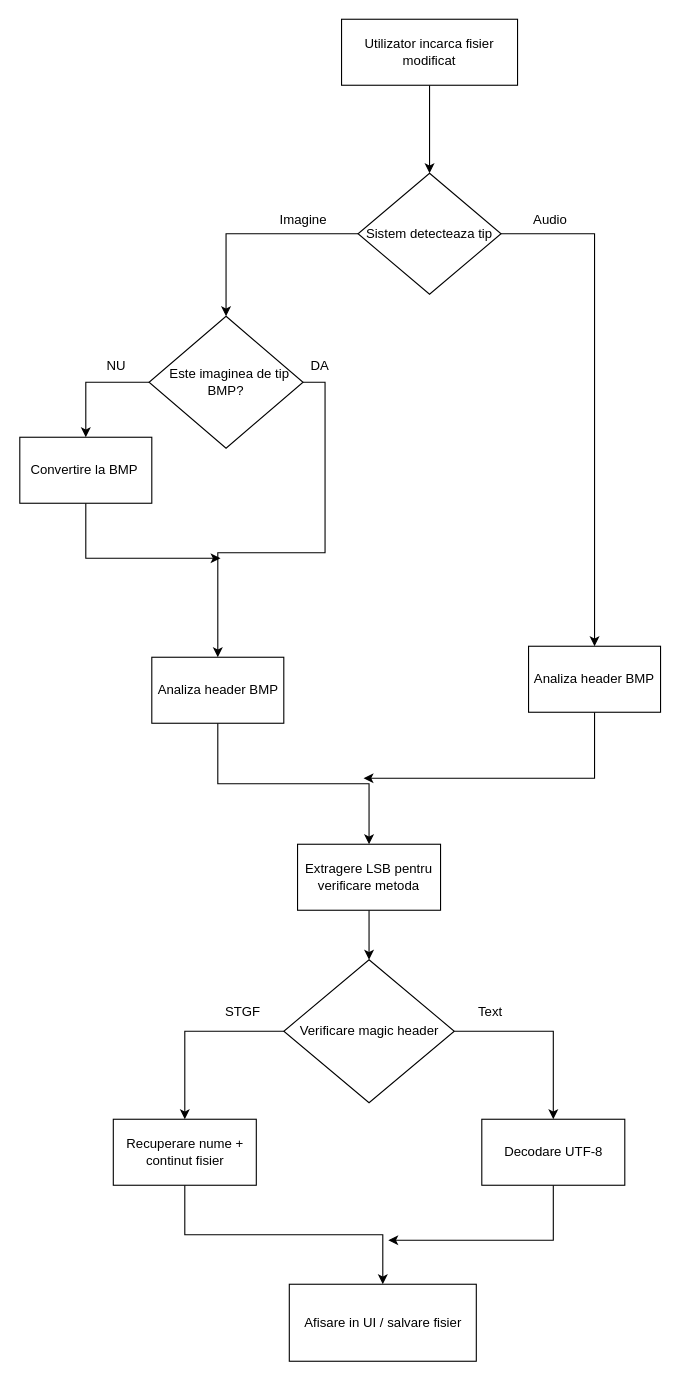
Before: data_extractiondrawio.drawio in DarkD18/Aplicatie_steganografie, a draw.io diagram. Source tidied: cells renumbered, new cells numbered last; positions are measured from the earlier drawing's top-left corner, leaving out a move shared by most shapes. Both pictures are drawn from the tidied source at 110%, with x=0, y=0 at pixel (20, 19).
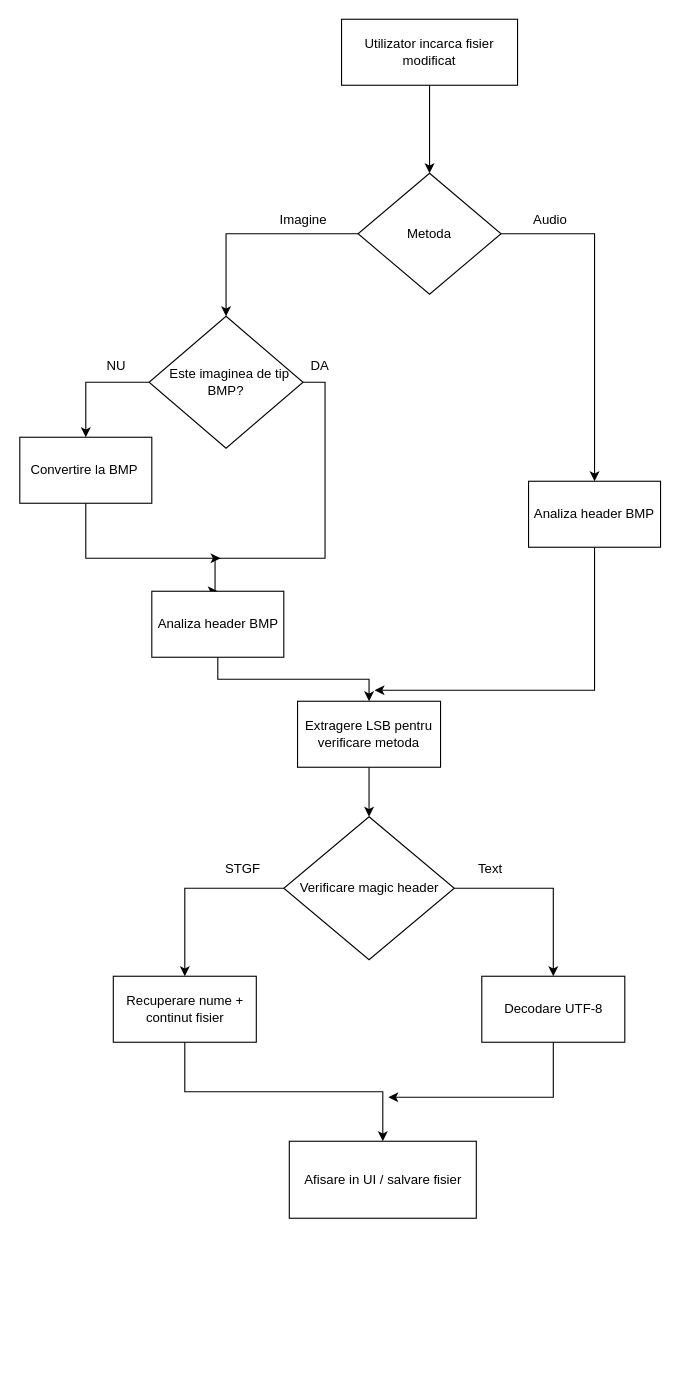
The same page after the edit.

Unchanged cells that the change refers to:
```xml
<mxCell id="3" value="Utilizator incarca fisier modificat" style="rounded=0;whiteSpace=wrap;html=1;" parent="1" vertex="1">
  <mxGeometry x="292" width="160" height="60" as="geometry" />
</mxCell>
<mxCell id="11" value="&amp;nbsp; Este imaginea de tip BMP?" style="rhombus;whiteSpace=wrap;html=1;" parent="1" vertex="1">
  <mxGeometry x="117" y="270" width="140" height="120" as="geometry" />
</mxCell>
```

The edit, as a diff of the source:
```diff
@@
-    <mxCell id="2" style="edgeStyle=orthogonalEdgeStyle;rounded=0;jettySize=auto;html=1;exitX=0.5;exitY=1;exitDx=0;exitDy=0;entryX=0.5;entryY=0;entryDx=0;entryDy=0;" parent="1" edge="1" source="3" target="6">
+    <mxCell id="2" style="edgeStyle=orthogonalEdgeStyle;rounded=0;jettySize=auto;html=1;exitX=0.5;exitY=1;exitDx=0;exitDy=0;entryX=0.5;entryY=0;entryDx=0;entryDy=0;strokeColor=light-dark(#000000,#3333FF);" parent="1" edge="1" source="3" target="6">
       <mxGeometry relative="1" as="geometry" />
     </mxCell>
@@
-    <mxCell id="6" value="Sistem detecteaza tip" style="rhombus;whiteSpace=wrap;html=1;" parent="1" vertex="1">
+    <mxCell id="6" value="Metoda" style="rhombus;whiteSpace=wrap;html=1;" parent="1" vertex="1">
       <mxGeometry x="307" y="140" width="130" height="110" as="geometry" />
     </mxCell>
@@
     <mxCell id="10" style="edgeStyle=orthogonalEdgeStyle;rounded=0;jettySize=auto;html=1;exitX=1;exitY=0.5;exitDx=0;exitDy=0;entryX=0.5;entryY=0;entryDx=0;entryDy=0;strokeColor=light-dark(#000000,#3333FF);" parent="1" edge="1" source="11" target="17">
-      <mxGeometry relative="1" as="geometry" />
+      <mxGeometry relative="1" as="geometry">
+        <Array as="points">
+          <mxPoint x="277" y="330" />
+          <mxPoint x="277" y="490" />
+          <mxPoint x="177" y="490" />
+        </Array>
+      </mxGeometry>
     </mxCell>
@@
     <mxCell id="17" value="Analiza header BMP" style="rounded=0;whiteSpace=wrap;html=1;" parent="1" vertex="1">
-      <mxGeometry x="119.5" y="580" width="120" height="60" as="geometry" />
+      <mxGeometry x="119.5" y="520" width="120" height="60" as="geometry" />
     </mxCell>
     <mxCell id="18" style="edgeStyle=orthogonalEdgeStyle;rounded=0;jettySize=auto;html=1;exitX=0.5;exitY=1;exitDx=0;exitDy=0;strokeColor=light-dark(#000000,#3333FF);" parent="1" edge="1" source="19">
       <mxGeometry relative="1" as="geometry">
-        <mxPoint x="312" y="690" as="targetPoint" />
+        <mxPoint x="322" y="610" as="targetPoint" />
         <Array as="points">
-          <mxPoint x="522" y="690" />
+          <mxPoint x="522" y="610" />
         </Array>
       </mxGeometry>
     </mxCell>
     <mxCell id="19" value="Analiza header BMP" style="rounded=0;whiteSpace=wrap;html=1;" parent="1" vertex="1">
-      <mxGeometry x="462" y="570" width="120" height="60" as="geometry" />
+      <mxGeometry x="462" y="420" width="120" height="60" as="geometry" />
     </mxCell>
-    <mxCell id="20" style="edgeStyle=orthogonalEdgeStyle;rounded=0;jettySize=auto;html=1;exitX=0.5;exitY=1;exitDx=0;exitDy=0;entryX=0.5;entryY=0;entryDx=0;entryDy=0;" parent="1" edge="1" source="21" target="24">
+    <mxCell id="20" style="edgeStyle=orthogonalEdgeStyle;rounded=0;jettySize=auto;html=1;exitX=0.5;exitY=1;exitDx=0;exitDy=0;entryX=0.5;entryY=0;entryDx=0;entryDy=0;strokeColor=light-dark(#000000,#3333FF);" parent="1" edge="1" source="21" target="24">
       <mxGeometry relative="1" as="geometry" />
     </mxCell>
     <mxCell id="21" value="Extragere LSB pentru verificare metoda" style="rounded=0;whiteSpace=wrap;html=1;" parent="1" vertex="1">
-      <mxGeometry x="252" y="750" width="130" height="60" as="geometry" />
+      <mxGeometry x="252" y="620" width="130" height="60" as="geometry" />
     </mxCell>
@@
     <mxCell id="24" value="Verificare magic header" style="rhombus;whiteSpace=wrap;html=1;" parent="1" vertex="1">
-      <mxGeometry x="239.5" y="855" width="155" height="130" as="geometry" />
+      <mxGeometry x="239.5" y="725" width="155" height="130" as="geometry" />
     </mxCell>
     <mxCell id="25" value="&lt;font style=&quot;color: light-dark(rgb(0, 0, 0), rgb(153, 153, 255));&quot;&gt;STGF&lt;/font&gt;" style="text;html=1;align=center;verticalAlign=middle;strokeColor=none;fillColor=none;" parent="1" vertex="1">
-      <mxGeometry x="172" y="888" width="60" height="30" as="geometry" />
+      <mxGeometry x="172" y="758" width="60" height="30" as="geometry" />
     </mxCell>
     <mxCell id="26" value="&lt;font style=&quot;color: light-dark(rgb(0, 0, 0), rgb(153, 153, 255));&quot;&gt;Text&lt;/font&gt;" style="text;html=1;align=center;verticalAlign=middle;strokeColor=none;fillColor=none;" parent="1" vertex="1">
-      <mxGeometry x="402" y="888" width="50" height="30" as="geometry" />
+      <mxGeometry x="402" y="758" width="50" height="30" as="geometry" />
     </mxCell>
@@
     <mxCell id="28" value="Recuperare nume + continut fisier" style="rounded=0;whiteSpace=wrap;html=1;" parent="1" vertex="1">
-      <mxGeometry x="84.5" y="1000" width="130" height="60" as="geometry" />
+      <mxGeometry x="84.5" y="870" width="130" height="60" as="geometry" />
     </mxCell>
     <mxCell id="29" style="edgeStyle=orthogonalEdgeStyle;rounded=0;jettySize=auto;html=1;exitX=0.5;exitY=1;exitDx=0;exitDy=0;strokeColor=light-dark(#000000,#3333FF);" parent="1" edge="1" source="30">
       <mxGeometry relative="1" as="geometry">
-        <mxPoint x="334.5" y="1110" as="targetPoint" />
+        <mxPoint x="334.5" y="980" as="targetPoint" />
         <Array as="points">
-          <mxPoint x="484.5" y="1110" />
+          <mxPoint x="484.5" y="980" />
         </Array>
       </mxGeometry>
     </mxCell>
     <mxCell id="30" value="Decodare UTF-8" style="rounded=0;whiteSpace=wrap;html=1;" parent="1" vertex="1">
-      <mxGeometry x="419.5" y="1000" width="130" height="60" as="geometry" />
+      <mxGeometry x="419.5" y="870" width="130" height="60" as="geometry" />
     </mxCell>
     <mxCell id="31" value="Afisare in UI / salvare fisier" style="rounded=0;whiteSpace=wrap;html=1;" parent="1" vertex="1">
-      <mxGeometry x="244.5" y="1150" width="170" height="70" as="geometry" />
+      <mxGeometry x="244.5" y="1020" width="170" height="70" as="geometry" />
     </mxCell>
```
